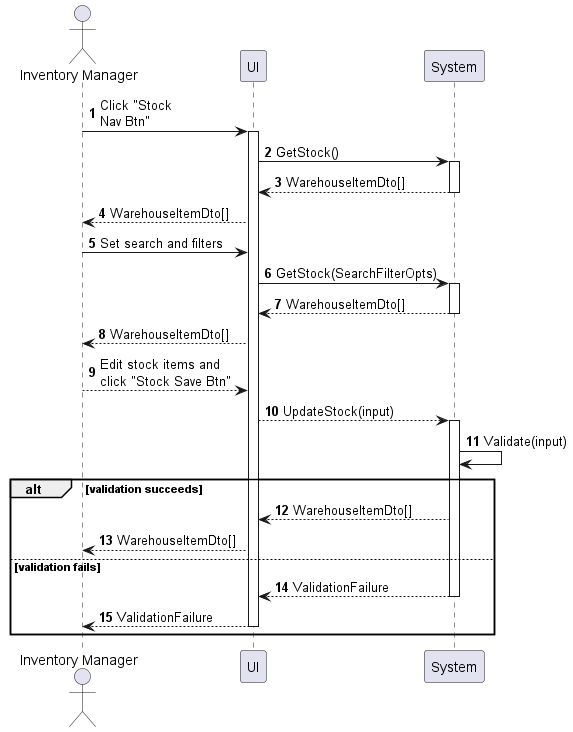
Before: sequences/inventory-stock-manage.png, a diagram exported from PlantUML (phihungha/scmss-reqs).
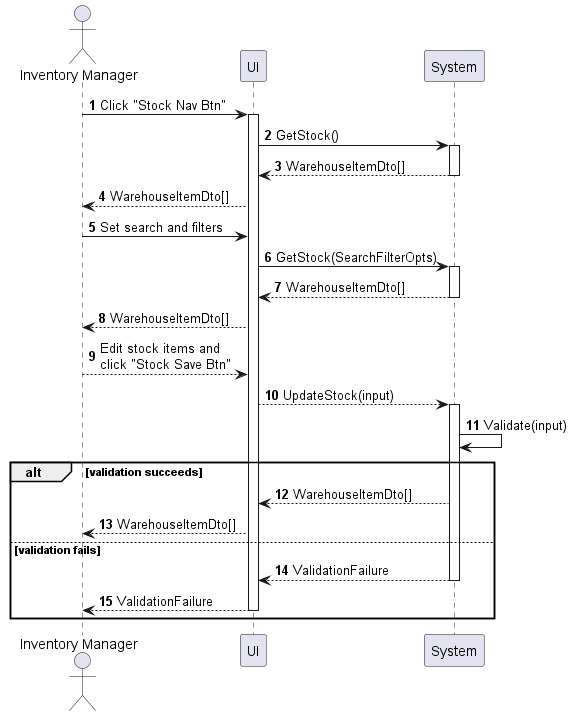
The same file after the commit.

Diff of the diagram source:
```diff
@@ -5,7 +5,7 @@
 participant UI as f
 participant System as b
 
-a -> f : Click "Stock\nNav Btn"
+a -> f : Click "Stock Nav Btn"
 activate f
 f -> b : GetStock()
 activate b
```
